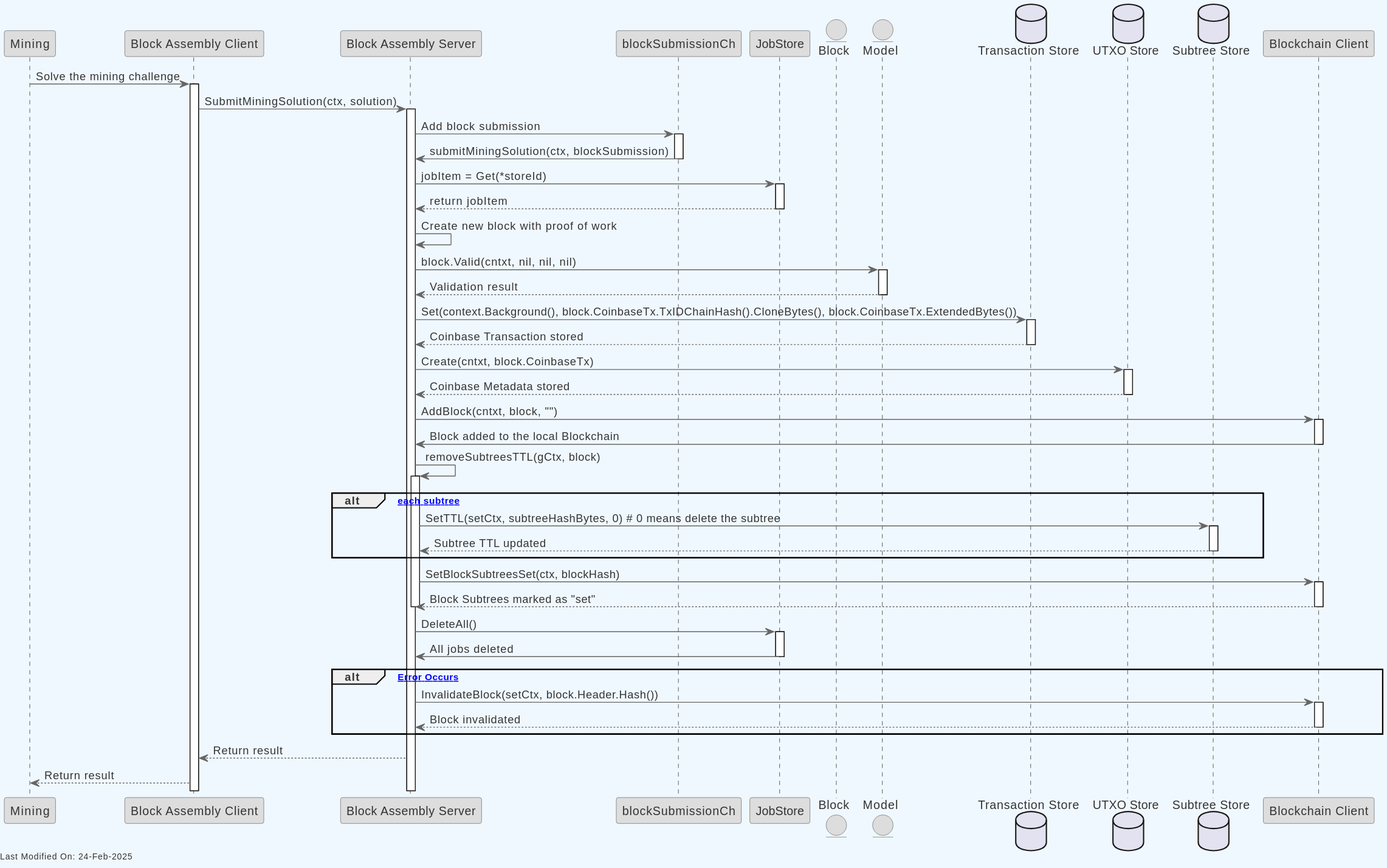
The PlantUML diagram docs/topics/services/img/plantuml/blockchain/blockchain_add_block.svg in freemans13/teranode, before a commit. Its source is kept beside it as docs/topics/services/img/plantuml/blockchain/blockchain_add_block.puml.
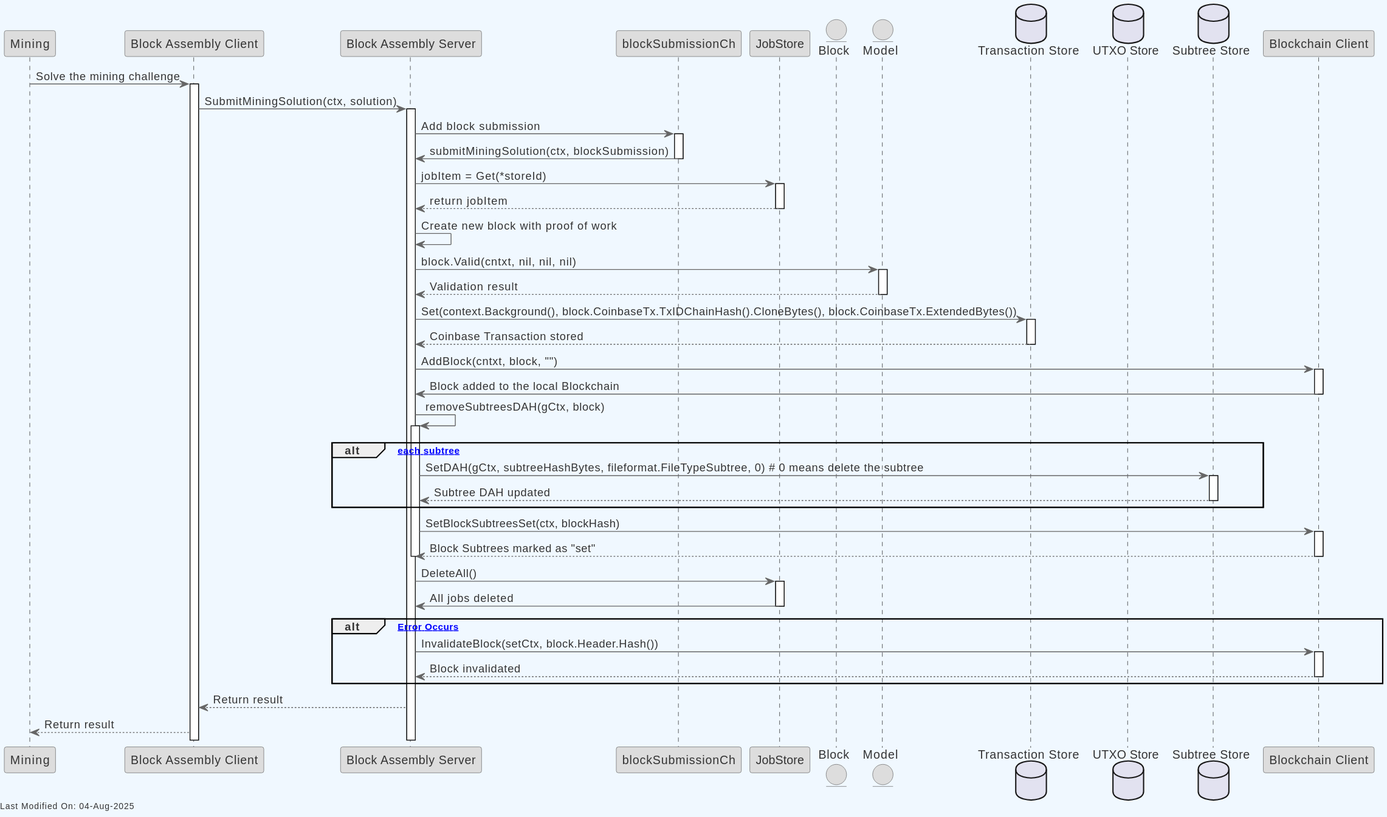
Above is the later version.

What changed in the source:
```diff
@@ -61,23 +61,18 @@
 TxStore --> BlockServer: Coinbase Transaction stored
 deactivate TxStore
 
-BlockServer -> UTXOStore: Create(cntxt, block.CoinbaseTx)
-activate UTXOStore
-UTXOStore --> BlockServer: Coinbase Metadata stored
-deactivate UTXOStore
-
 BlockServer -> BlockchainClient: AddBlock(cntxt, block, "")
 activate BlockchainClient
 BlockchainClient -> BlockServer: Block added to the local Blockchain
 deactivate BlockchainClient
 
-BlockServer -> BlockServer: removeSubtreesTTL(gCtx, block)
+BlockServer -> BlockServer: removeSubtreesDAH(gCtx, block)
 activate BlockServer
 
 alt [for each subtree]
-    BlockServer -> SubtreeStore: SetTTL(setCtx, subtreeHashBytes, 0) # 0 means delete the subtree
+    BlockServer -> SubtreeStore: SetDAH(gCtx, subtreeHashBytes, fileformat.FileTypeSubtree, 0) # 0 means delete the subtree
     activate SubtreeStore
-    SubtreeStore --> BlockServer: Subtree TTL updated
+    SubtreeStore --> BlockServer: Subtree DAH updated
     deactivate SubtreeStore
 end
 
```
